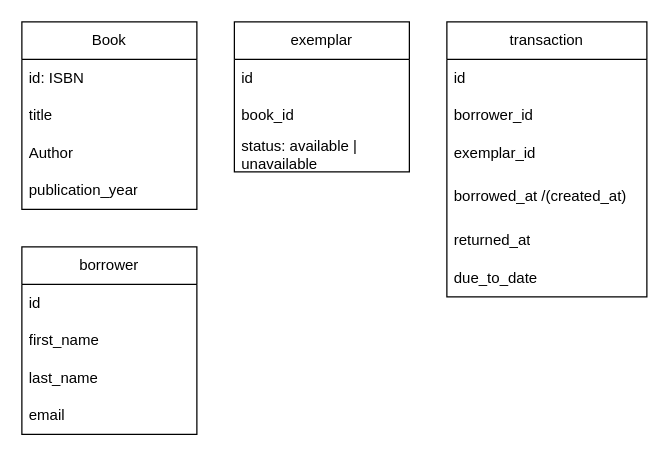
Earlier version of the draw.io diagram models.drawio (suprugafad/library-management-system). Source tidied: cells renumbered, new cells numbered last; positions are measured from the earlier drawing's top-left corner, leaving out a move shared by most shapes. Both pictures are drawn from the tidied source at 125%, with x=0, y=0 at pixel (21, 21).
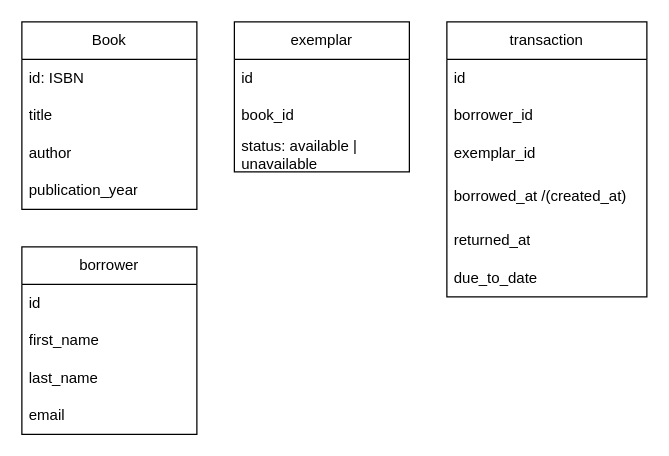
The same page after the edit.

The change refers to these unchanged cells:
```xml
<mxCell id="7" value="Book" style="swimlane;fontStyle=0;horizontal=1;startSize=30;whiteSpace=wrap;html=1;" parent="1" vertex="1">
  <mxGeometry width="140" height="150" as="geometry" />
</mxCell>
```

What changed in the source:
```diff
@@
-    <mxCell id="10" value="Author&amp;nbsp;" style="text;strokeColor=none;fillColor=none;align=left;verticalAlign=middle;spacingLeft=4;spacingRight=4;overflow=hidden;whiteSpace=wrap;html=1;" parent="7" vertex="1">
+    <mxCell id="10" value="author" style="text;strokeColor=none;fillColor=none;align=left;verticalAlign=middle;spacingLeft=4;spacingRight=4;overflow=hidden;whiteSpace=wrap;html=1;" parent="7" vertex="1">
       <mxGeometry y="90" width="140" height="30" as="geometry" />
     </mxCell>
```
